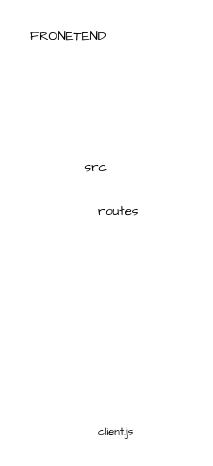
Earlier version of the draw.io diagram about/frontend.dio (noguri98/BulletJournal). Source tidied: cells renumbered, new cells numbered last; positions are measured from the earlier drawing's top-left corner, leaving out a move shared by most shapes. Both pictures are drawn from the tidied source at 110%, with x=0, y=0 at pixel (19, 19).
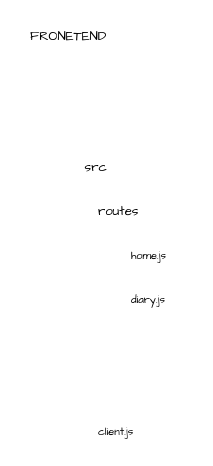
The same diagram, later.

Commit message (it also covers changes not shown here):
/api/home 데이터 Home.js에 표시

Diff of the diagram source:
```diff
@@
 <mxGraphModel>
   <root>
     <mxCell id="0" />
     <mxCell id="1" parent="0" />
     <mxCell id="2" value="&lt;font face=&quot;Comic Sans MS&quot;&gt;FRONETEND&lt;/font&gt;" style="text;html=1;strokeColor=none;fillColor=none;align=center;verticalAlign=middle;whiteSpace=wrap;rounded=0;" parent="1" vertex="1">
       <mxGeometry width="90" height="30" as="geometry" />
     </mxCell>
     <mxCell id="3" value="&lt;font style=&quot;font-size: 12px;&quot;&gt;src&lt;/font&gt;" style="text;html=1;strokeColor=none;fillColor=none;align=center;verticalAlign=middle;whiteSpace=wrap;rounded=0;fontFamily=Comic Sans MS;" parent="1" vertex="1">
       <mxGeometry x="40" y="120" width="60" height="30" as="geometry" />
     </mxCell>
     <mxCell id="4" value="routes" style="text;html=1;strokeColor=none;fillColor=none;align=left;verticalAlign=middle;whiteSpace=wrap;rounded=0;fontFamily=Comic Sans MS;" parent="1" vertex="1">
       <mxGeometry x="70" y="160" width="60" height="30" as="geometry" />
     </mxCell>
     <mxCell id="5" value="&lt;span style=&quot;font-size: 10px;&quot;&gt;client.js&lt;/span&gt;" style="text;html=1;strokeColor=none;fillColor=none;align=left;verticalAlign=middle;whiteSpace=wrap;rounded=0;fontFamily=Comic Sans MS;fontSize=12;" parent="1" vertex="1">
       <mxGeometry x="70" y="360" width="60" height="30" as="geometry" />
     </mxCell>
+    <mxCell id="6" value="&lt;span style=&quot;font-size: 10px;&quot;&gt;home.js&lt;/span&gt;" style="text;html=1;strokeColor=none;fillColor=none;align=left;verticalAlign=middle;whiteSpace=wrap;rounded=0;fontFamily=Comic Sans MS;fontSize=12;" parent="1" vertex="1">
+      <mxGeometry x="100" y="200" width="60" height="30" as="geometry" />
+    </mxCell>
+    <mxCell id="7" value="&lt;span style=&quot;font-size: 10px;&quot;&gt;diary.js&lt;/span&gt;" style="text;html=1;strokeColor=none;fillColor=none;align=left;verticalAlign=middle;whiteSpace=wrap;rounded=0;fontFamily=Comic Sans MS;fontSize=12;" parent="1" vertex="1">
+      <mxGeometry x="100" y="240" width="60" height="30" as="geometry" />
+    </mxCell>
   </root>
 </mxGraphModel>
```
